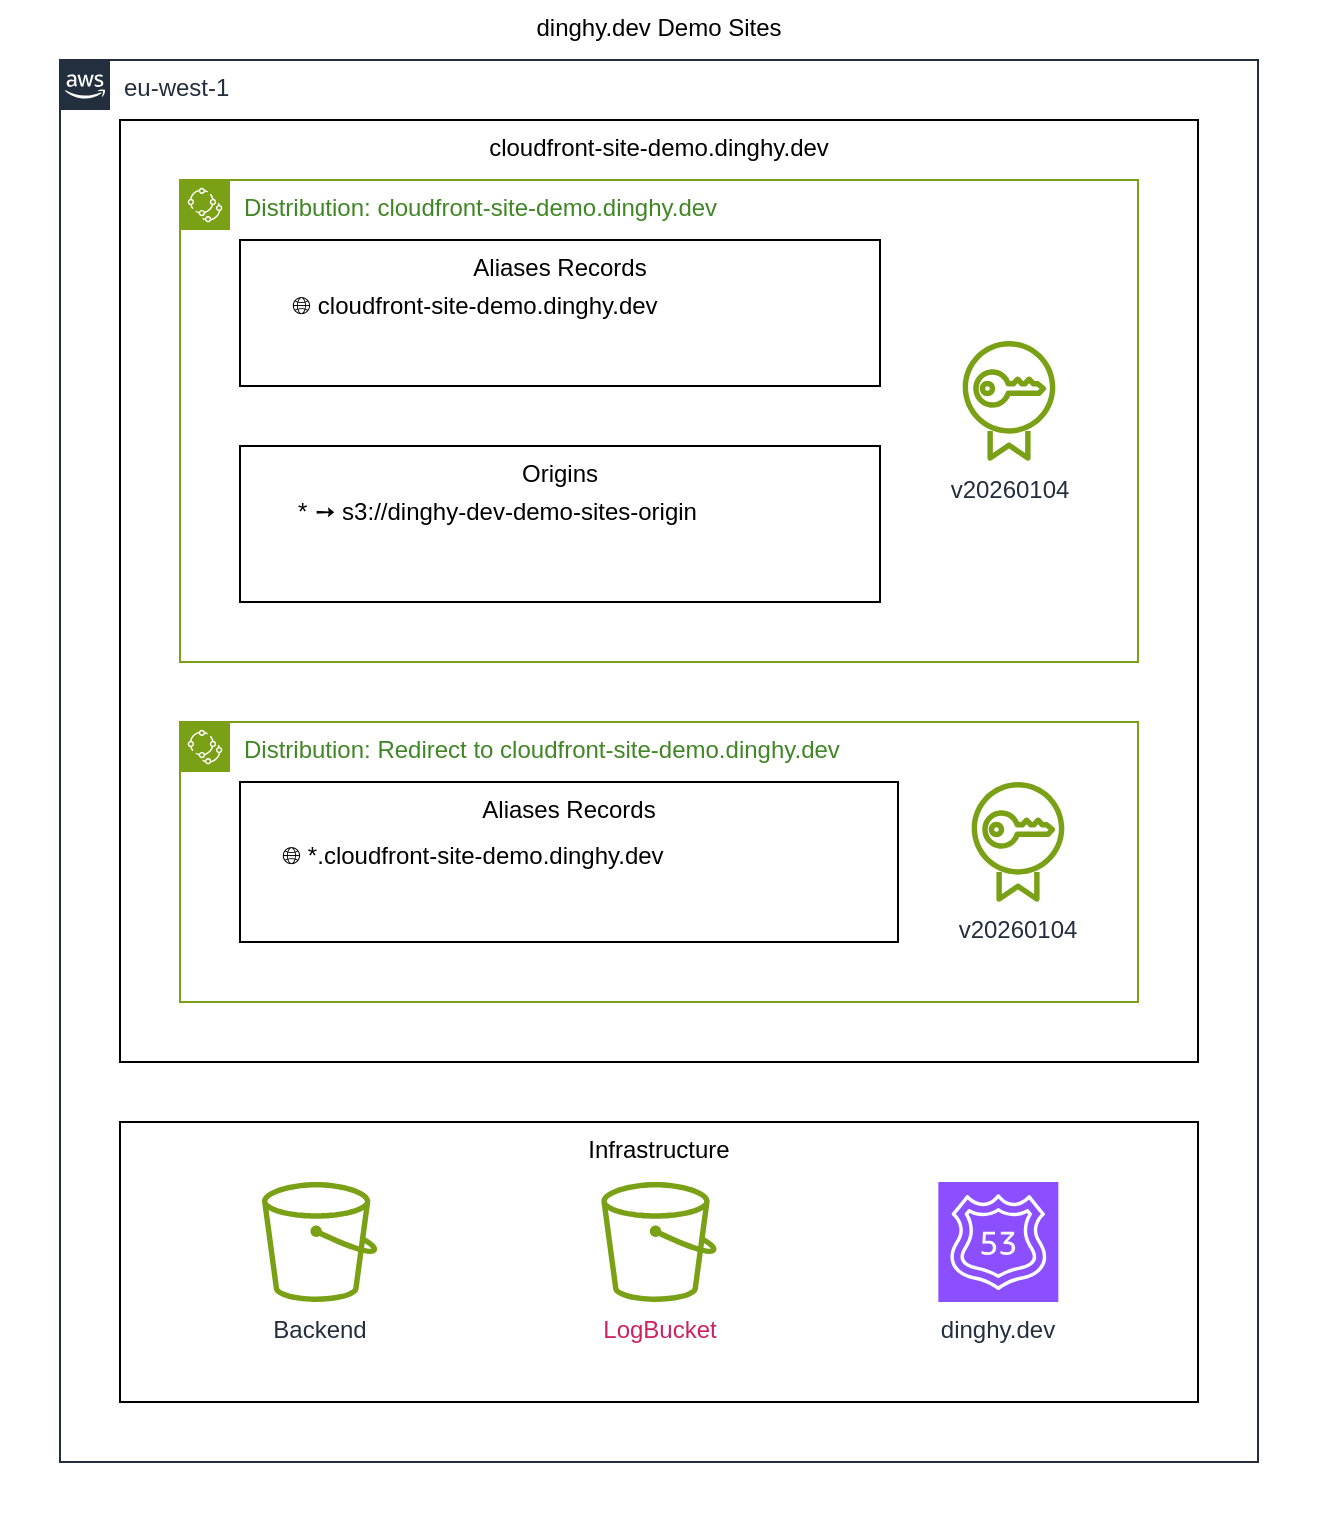
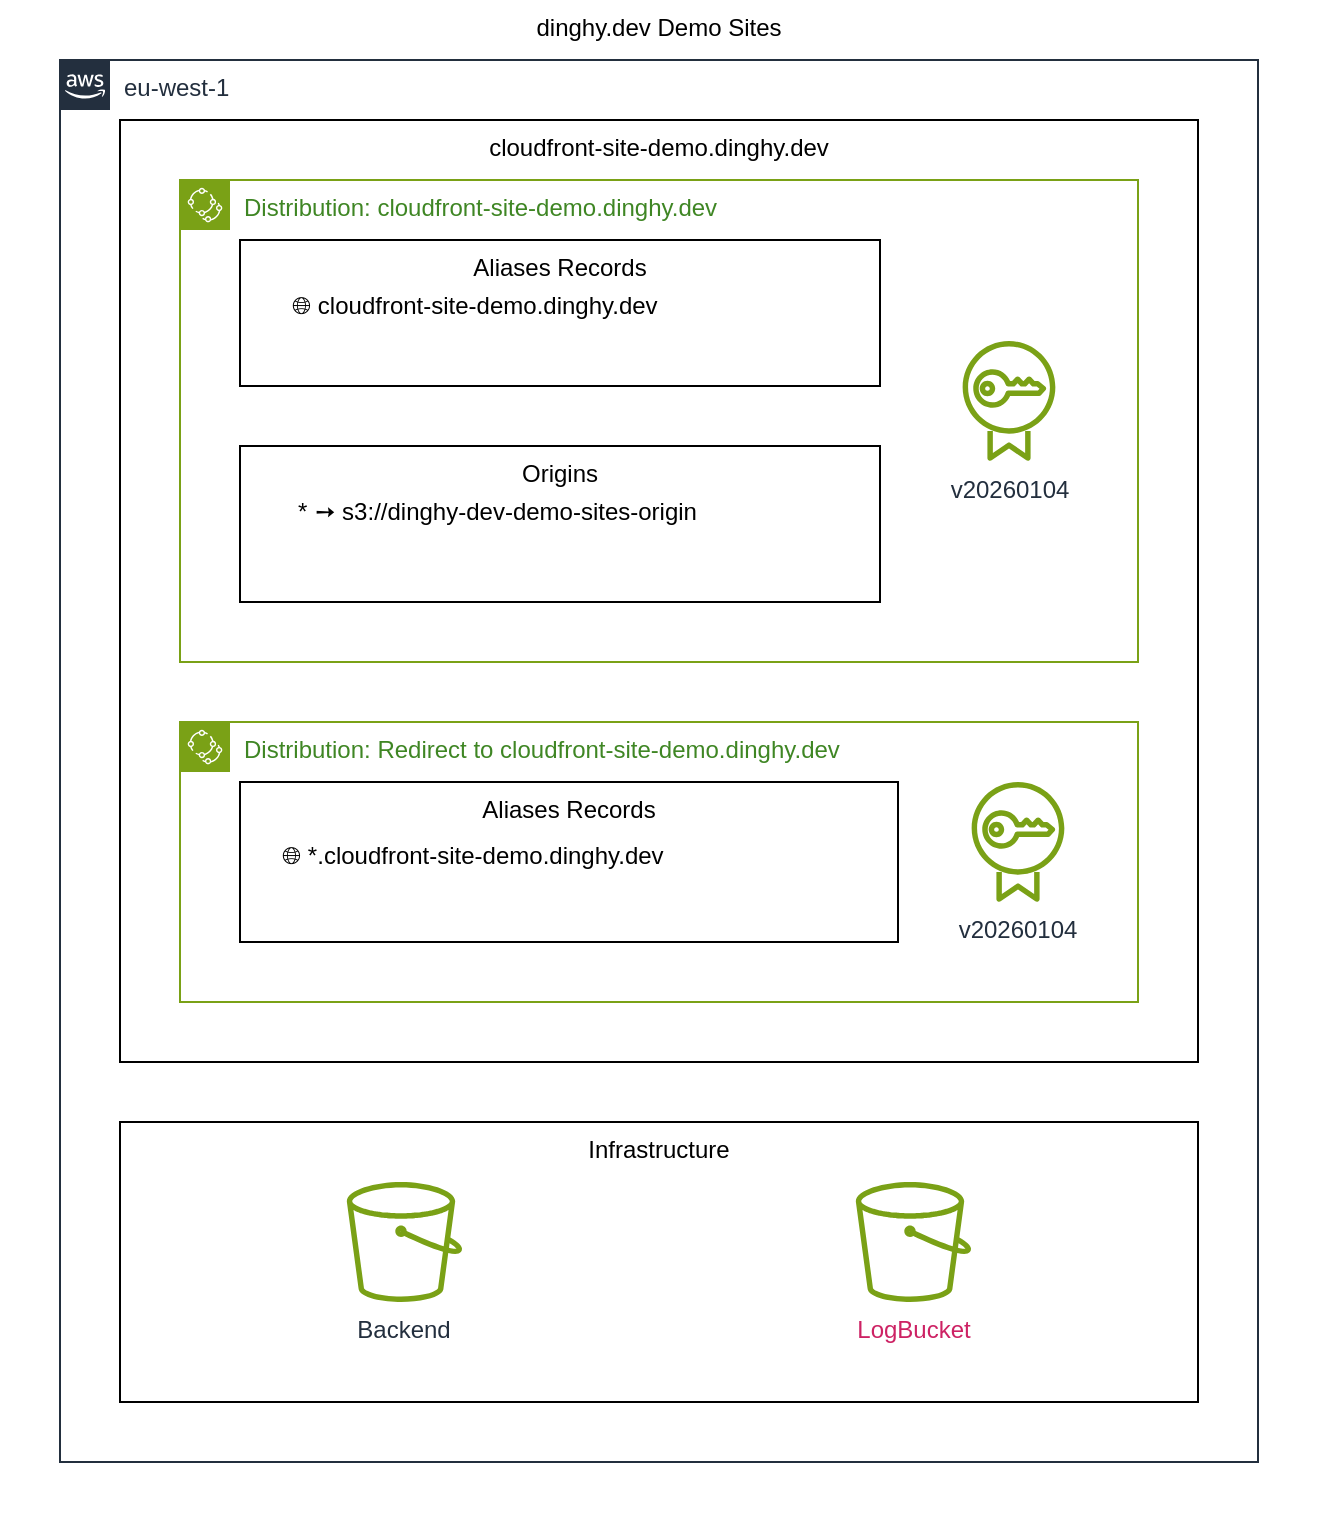
<mxfile
  host="Electron"
  agent="Mozilla/5.0 (Macintosh; Intel Mac OS X 10_15_7) AppleWebKit/537.36 (KHTML, like Gecko) draw.io/25.0.2 Chrome/128.0.6613.186 Electron/32.2.5 Safari/537.36"
  version="25.0.2"
  >
  <diagram
    name="dinghy-dev-demo-sites"
    >
    <mxGraphModel
      grid="1"
      gridSize="10"
      guides="1"
      tooltips="1"
      connect="1"
      arrows="1"
      fold="1"
      page="1"
      pageScale="1"
      pageWidth="1"
      pageHeight="1"
      math="0"
      shadow="0"
      >
      <root>
        <mxCell
          id="page"
          />
        <mxCell
          id="root"
          parent="page"
          />
        <mxCell
          style="verticalAlign=top;aspect=fixed;align=center;spacingLeft=5;spacingRight=5;spacingBottom=5;strokeColor=none;"
          id="stack"
          parent="root"
          value="dinghy.dev Demo Sites"
          vertex="1"
          >
          <mxGeometry
            as="geometry"
            width="659"
            height="761"
            x="0"
            y="0"
            />
          </mxCell>
        <mxCell
          style="verticalAlign=top;aspect=fixed;align=left;spacingLeft=30;spacingRight=5;spacingBottom=5;points=[[0,0],[0.25,0],[0.5,0],[0.75,0],[1,0],[1,0.25],[1,0.5],[1,0.75],[1,1],[0.75,1],[0.5,1],[0.25,1],[0,1],[0,0.75],[0,0.5],[0,0.25]];outlineConnect=0;gradientColor=none;html=1;whiteSpace=wrap;fontSize=12;fontStyle=0;container=1;pointerEvents=0;collapsible=0;recursiveResize=0;shape=mxgraph.aws4.group;grIcon=mxgraph.aws4.group_aws_cloud_alt;strokeColor=#232F3E;fillColor=none;fontColor=#232F3E;dashed=0;"
          id="provider_euwest1"
          parent="stack"
          value="eu-west-1"
          vertex="1"
          >
          <mxGeometry
            as="geometry"
            width="599"
            height="701"
            x="30"
            y="30"
            />
          </mxCell>
        <mxCell
          style="verticalAlign=top;aspect=fixed;align=center;spacingLeft=5;spacingRight=5;spacingBottom=5;noLabel=1;opacity=0;"
          id="cloudfrontsites"
          parent="provider_euwest1"
          value="Cloudfront Sites"
          vertex="1"
          >
          <mxGeometry
            as="geometry"
            width="569"
            height="501"
            x="15"
            y="15"
            />
          </mxCell>
        <mxCell
          style="verticalAlign=top;aspect=fixed;align=center;spacingLeft=5;spacingRight=5;spacingBottom=5;"
          id="cloudfrontsite_cloudfrontsitedemodinghydev"
          parent="cloudfrontsites"
          value="cloudfront-site-demo.dinghy.dev"
          vertex="1"
          >
          <mxGeometry
            as="geometry"
            width="539"
            height="471"
            x="15"
            y="15"
            />
          </mxCell>
        <mxCell
          style="verticalAlign=top;aspect=fixed;align=center;spacingLeft=5;spacingRight=5;spacingBottom=5;noLabel=1;opacity=0;"
          id="distributions"
          parent="cloudfrontsite_cloudfrontsitedemodinghydev"
          value="Distributions"
          vertex="1"
          >
          <mxGeometry
            as="geometry"
            width="509"
            height="441"
            x="15"
            y="15"
            />
          </mxCell>
        <mxCell
          style="verticalAlign=top;aspect=fixed;align=left;spacingLeft=30;spacingRight=5;spacingBottom=5;points=[[0,0],[0.25,0],[0.5,0],[0.75,0],[1,0],[1,0.25],[1,0.5],[1,0.75],[1,1],[0.75,1],[0.5,1],[0.25,1],[0,1],[0,0.75],[0,0.5],[0,0.25]];outlineConnect=0;gradientColor=none;html=1;whiteSpace=wrap;fontSize=12;fontStyle=0;container=1;pointerEvents=0;collapsible=0;recursiveResize=0;shape=mxgraph.aws4.group;grIcon=mxgraph.aws4.group_iot_greengrass_deployment;strokeColor=#7AA116;fillColor=none;fontColor=#3F8624;dashed=0;"
          id="cloudfrontsitedemodinghydev_site"
          parent="distributions"
          value="Distribution: cloudfront-site-demo.dinghy.dev"
          vertex="1"
          >
          <mxGeometry
            as="geometry"
            width="479"
            height="241"
            x="15"
            y="15"
            />
          </mxCell>
        <mxCell
          style="verticalAlign=top;aspect=fixed;align=center;spacingLeft=5;spacingRight=5;spacingBottom=5;noLabel=1;opacity=0;"
          id="shape"
          parent="cloudfrontsitedemodinghydev_site"
          value="Shape"
          vertex="1"
          >
          <mxGeometry
            as="geometry"
            width="350"
            height="211"
            x="15"
            y="15"
            />
          </mxCell>
        <mxCell
          style="verticalAlign=top;aspect=fixed;align=center;spacingLeft=5;spacingRight=5;spacingBottom=5;"
          id="aliasesrecords"
          parent="shape"
          value="Aliases Records"
          vertex="1"
          >
          <mxGeometry
            as="geometry"
            width="320"
            height="73"
            x="15"
            y="15"
            />
          </mxCell>
        <mxCell
          style="rounded=0;whiteSpace=wrap;verticalAlign=middle;align=center;text;html=1;"
          id="text_tabletrtdcloudfrontsitedemodinghydevtdtrtable"
          parent="aliasesrecords"
          value="&lt;table&gt;&lt;tr&gt;&lt;td&gt;🌐 cloudfront-site-demo.dinghy.dev&lt;/td&gt;&lt;/tr&gt;&lt;/table&gt;"
          vertex="1"
          >
          <mxGeometry
            width="279"
            height="55"
            as="geometry"
            x="20.5"
            y="16"
            />
          </mxCell>
        <mxCell
          style="verticalAlign=top;aspect=fixed;align=center;spacingLeft=5;spacingRight=5;spacingBottom=5;"
          id="origins"
          parent="shape"
          value="Origins"
          vertex="1"
          >
          <mxGeometry
            as="geometry"
            width="320"
            height="78"
            x="15"
            y="118"
            />
          </mxCell>
        <mxCell
          style="rounded=0;whiteSpace=wrap;verticalAlign=middle;align=center;text;html=1;"
          id="cloudfrontsitedemodinghydev_site_origins_table"
          parent="origins"
          value="&lt;table&gt;&lt;tr&gt;&lt;td&gt;*&lt;/td&gt;&lt;td&gt;➙ s3://dinghy-dev-demo-sites-origin&lt;/td&gt;&lt;/tr&gt;&lt;/table&gt;"
          vertex="1"
          >
          <mxGeometry
            width="272"
            as="geometry"
            height="60"
            x="24"
            y="16"
            />
          </mxCell>
        <mxCell
          style="verticalAlign=top;aspect=fixed;align=center;spacingLeft=5;spacingRight=5;spacingBottom=5;noLabel=1;opacity=0;"
          id="shape_2"
          parent="cloudfrontsitedemodinghydev_site"
          value="Shape"
          vertex="1"
          >
          <mxGeometry
            as="geometry"
            width="99"
            height="211"
            x="365"
            y="15"
            />
          </mxCell>
        <mxCell
          style="verticalAlign=top;aspect=fixed;align=center;spacingLeft=5;spacingRight=5;spacingBottom=5;noLabel=1;opacity=0;"
          id="aliasescertificates"
          parent="shape_2"
          value="Aliases Certificates"
          vertex="1"
          >
          <mxGeometry
            as="geometry"
            width="99"
            height="211"
            x="0"
            y="0"
            />
          </mxCell>
        <mxCell
          style="rounded=1;whiteSpace=wrap;verticalAlign=top;align=center;sketch=0;outlineConnect=0;fontColor=#232F3E;gradientColor=none;fillColor=#7AA116;strokeColor=none;dashed=0;verticalLabelPosition=bottom;html=1;fontSize=12;fontStyle=0;aspect=fixed;pointerEvents=1;shape=mxgraph.aws4.certificate_manager;"
          id="cloudfrontsitedemodinghydev_site_20260104_certificate"
          parent="aliasescertificates"
          value="v20260104"
          vertex="1"
          >
          <mxGeometry
            as="geometry"
            width="60"
            height="60"
            x="19.5"
            y="65.5"
            />
          </mxCell>
        <mxCell
          style="verticalAlign=top;aspect=fixed;align=left;spacingLeft=30;spacingRight=5;spacingBottom=5;points=[[0,0],[0.25,0],[0.5,0],[0.75,0],[1,0],[1,0.25],[1,0.5],[1,0.75],[1,1],[0.75,1],[0.5,1],[0.25,1],[0,1],[0,0.75],[0,0.5],[0,0.25]];outlineConnect=0;gradientColor=none;html=1;whiteSpace=wrap;fontSize=12;fontStyle=0;container=1;pointerEvents=0;collapsible=0;recursiveResize=0;shape=mxgraph.aws4.group;grIcon=mxgraph.aws4.group_iot_greengrass_deployment;strokeColor=#7AA116;fillColor=none;fontColor=#3F8624;dashed=0;"
          id="cloudfrontsitedemodinghydev_redirect"
          parent="distributions"
          value="Distribution: Redirect to cloudfront-site-demo.dinghy.dev"
          vertex="1"
          >
          <mxGeometry
            as="geometry"
            width="479"
            height="140"
            x="15"
            y="286"
            />
          </mxCell>
        <mxCell
          style="verticalAlign=top;aspect=fixed;align=center;spacingLeft=5;spacingRight=5;spacingBottom=5;noLabel=1;opacity=0;"
          id="shape_3"
          parent="cloudfrontsitedemodinghydev_redirect"
          value="Shape"
          vertex="1"
          >
          <mxGeometry
            as="geometry"
            width="359"
            height="110"
            x="15"
            y="15"
            />
          </mxCell>
        <mxCell
          style="verticalAlign=top;aspect=fixed;align=center;spacingLeft=5;spacingRight=5;spacingBottom=5;"
          id="aliasesrecords_2"
          parent="shape_3"
          value="Aliases Records"
          vertex="1"
          >
          <mxGeometry
            as="geometry"
            width="329"
            height="80"
            x="15"
            y="15"
            />
          </mxCell>
        <mxCell
          style="rounded=0;whiteSpace=wrap;verticalAlign=middle;align=center;text;html=1;"
          id="text_2"
          parent="aliasesrecords_2"
          value="&lt;table&gt;&lt;tr&gt;&lt;td&gt;🌐 *.cloudfront-site-demo.dinghy.dev&lt;/td&gt;&lt;/tr&gt;&lt;/table&gt;"
          vertex="1"
          >
          <mxGeometry
            width="297"
            height="55"
            as="geometry"
            x="16"
            y="19.5"
            />
          </mxCell>
        <mxCell
          style="verticalAlign=top;aspect=fixed;align=center;spacingLeft=5;spacingRight=5;spacingBottom=5;noLabel=1;opacity=0;"
          id="shape_5"
          parent="cloudfrontsitedemodinghydev_redirect"
          value="Shape"
          vertex="1"
          >
          <mxGeometry
            as="geometry"
            width="90"
            height="110"
            x="374"
            y="15"
            />
          </mxCell>
        <mxCell
          style="verticalAlign=top;aspect=fixed;align=center;spacingLeft=5;spacingRight=5;spacingBottom=5;noLabel=1;opacity=0;"
          id="aliasescertificates_2"
          parent="shape_5"
          value="Aliases Certificates"
          vertex="1"
          >
          <mxGeometry
            as="geometry"
            width="90"
            height="110"
            x="0"
            y="0"
            />
          </mxCell>
        <mxCell
          style="rounded=1;whiteSpace=wrap;verticalAlign=top;align=center;sketch=0;outlineConnect=0;fontColor=#232F3E;gradientColor=none;fillColor=#7AA116;strokeColor=none;dashed=0;verticalLabelPosition=bottom;html=1;fontSize=12;fontStyle=0;aspect=fixed;pointerEvents=1;shape=mxgraph.aws4.certificate_manager;"
          id="cloudfrontsitedemodinghydev_redirect_20260104_certificate"
          parent="aliasescertificates_2"
          value="v20260104"
          vertex="1"
          >
          <mxGeometry
            as="geometry"
            width="60"
            height="60"
            x="15"
            y="15"
            />
          </mxCell>
        <mxCell
          style="verticalAlign=top;aspect=fixed;align=center;spacingLeft=5;spacingRight=5;spacingBottom=5;"
          id="infrastructure"
          parent="provider_euwest1"
          value="Infrastructure"
          vertex="1"
          >
          <mxGeometry
            as="geometry"
            width="539"
            height="140"
            x="30"
            y="531"
            />
          </mxCell>
        <mxCell
          style="rounded=1;whiteSpace=wrap;verticalAlign=top;align=center;sketch=0;outlineConnect=0;fontColor=#232F3E;gradientColor=none;fillColor=#7AA116;strokeColor=none;dashed=0;verticalLabelPosition=bottom;html=1;fontSize=12;fontStyle=0;aspect=fixed;pointerEvents=1;shape=mxgraph.aws4.bucket;"
          id="backend"
          parent="infrastructure"
          value="Backend"
          vertex="1"
          >
          <mxGeometry
            as="geometry"
            width="60"
            height="60"
-             x="69.83333333333334"
+             x="112.25"
            y="30"
            />
          </mxCell>
        <mxCell
          style="rounded=1;whiteSpace=wrap;verticalAlign=top;align=center;sketch=0;outlineConnect=0;fontColor=#CD2264;gradientColor=none;fillColor=#7AA116;strokeColor=#CD2264;dashed=0;verticalLabelPosition=bottom;html=1;fontSize=12;fontStyle=0;aspect=fixed;pointerEvents=1;shape=mxgraph.aws4.bucket;"
          id="awss3bucket_logbucket"
          parent="infrastructure"
          value="LogBucket"
          vertex="1"
          >
          <mxGeometry
            as="geometry"
            width="60"
            height="60"
-             x="239.5"
-             y="30"
-             />
-           </mxCell>
-         <mxCell
-           style="rounded=1;whiteSpace=wrap;verticalAlign=top;align=center;sketch=0;points=[[0,0,0],[0.25,0,0],[0.5,0,0],[0.75,0,0],[1,0,0],[0,1,0],[0.25,1,0],[0.5,1,0],[0.75,1,0],[1,1,0],[0,0.25,0],[0,0.5,0],[0,0.75,0],[1,0.25,0],[1,0.5,0],[1,0.75,0]];outlineConnect=0;fontColor=#232F3E;fillColor=#8C4FFF;strokeColor=#ffffff;dashed=0;verticalLabelPosition=bottom;html=1;fontSize=12;fontStyle=0;aspect=fixed;shape=mxgraph.aws4.resourceIcon;resIcon=mxgraph.aws4.route_53;"
-           id="cloudfrontsitedemodinghydev_dinghydev"
-           parent="infrastructure"
-           value="dinghy.dev"
-           vertex="1"
-           >
-           <mxGeometry
-             as="geometry"
-             width="60"
-             height="60"
-             x="409.1666666666667"
+             x="366.75"
            y="30"
            />
          </mxCell>
        </root>
      </mxGraphModel>
    </diagram>
  </mxfile>